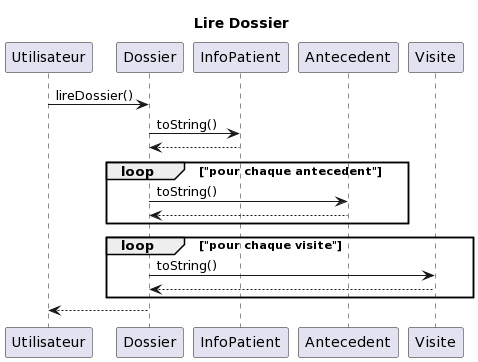
The PlantUML diagram diagrammes/SEQLIRE.png in vbrayuqam/projet-genielog, before a commit.
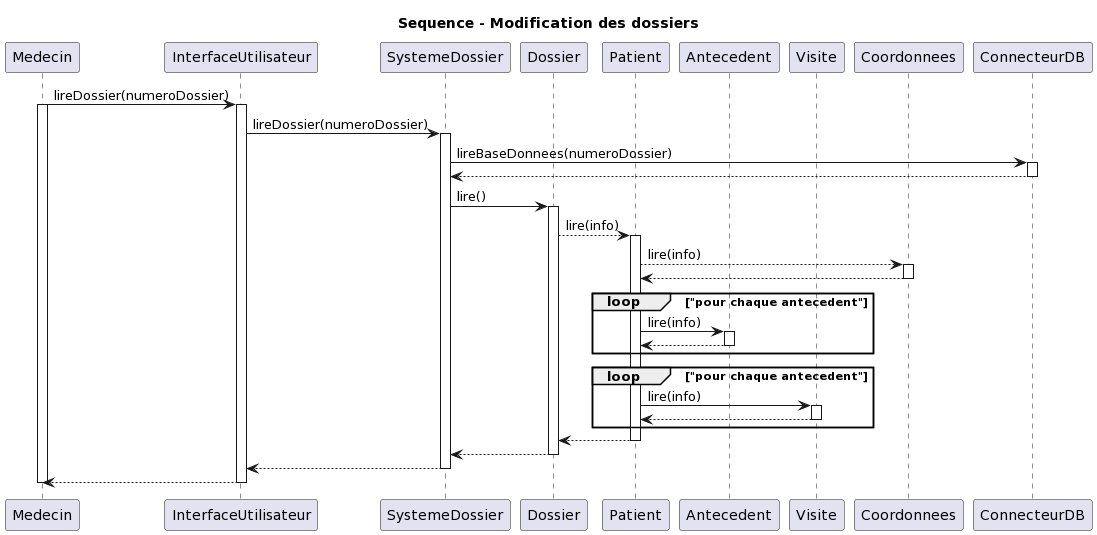
The same diagram one commit later.

The edit, as a diff of the source:
```diff
@@ -1,23 +1,62 @@
 @startuml
-title Lire Dossier
+title Sequence - Modification des dossiers
 
-participant Utilisateur as U
+participant Medecin as M
+participant InterfaceUtilisateur as U
+participant SystemeDossier as S
 participant Dossier as D
-participant InfoPatient as I
+participant Patient as P
 participant Antecedent as A
 participant Visite as V
+participant Coordonnees as C
+participant ConnecteurDB as DB
 
 
-U -> D: lireDossier()
-D -> I: toString()
-I --> D
+M -> U: lireDossier(numeroDossier)
+activate M
+activate U
+U -> S: lireDossier(numeroDossier)
+activate S
+
+S -> DB: lireBaseDonnees(numeroDossier)
+activate DB
+DB --> S
+deactivate DB
+
+
+S -> D: lire()
+activate D
+D --> P: lire(info)
+activate P
+P --> C: lire(info)
+activate C
+C --> P
+deactivate C
+
+
+
 loop "pour chaque antecedent"
-    D -> A: toString()
-    A --> D
-end
-loop "pour chaque visite"
-    D -> V: toString()
-    V --> D
-end
-D --> U
+  P -> A: lire(info)
+  activate A
+  A --> P
+  deactivate A
+end loop
+
+loop "pour chaque antecedent"
+  P -> V: lire(info)
+  activate V
+  V --> P
+  deactivate V
+end loop
+
+P --> D
+deactivate P
+D --> S
+deactivate D
+
+S --> U
+deactivate S
+U --> M
+deactivate U
+deactivate M
 @enduml
```
